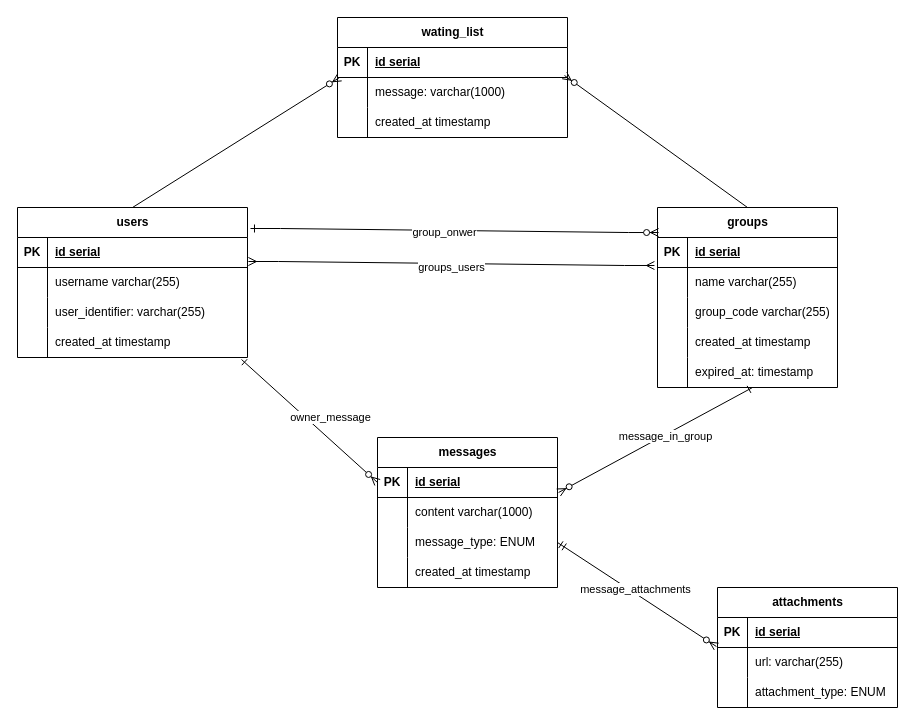
Earlier version of the draw.io diagram page "CDM" (1 of 2) of doc/AnonymousChatDatabase.drawio (tienphuckx/anony-box-backbone). Source tidied: cells renumbered, new cells numbered last; positions are measured from the earlier drawing's top-left corner, leaving out a move shared by most shapes. Both pictures are drawn from the tidied source at 100%, with x=0, y=0 at pixel (17, 17).
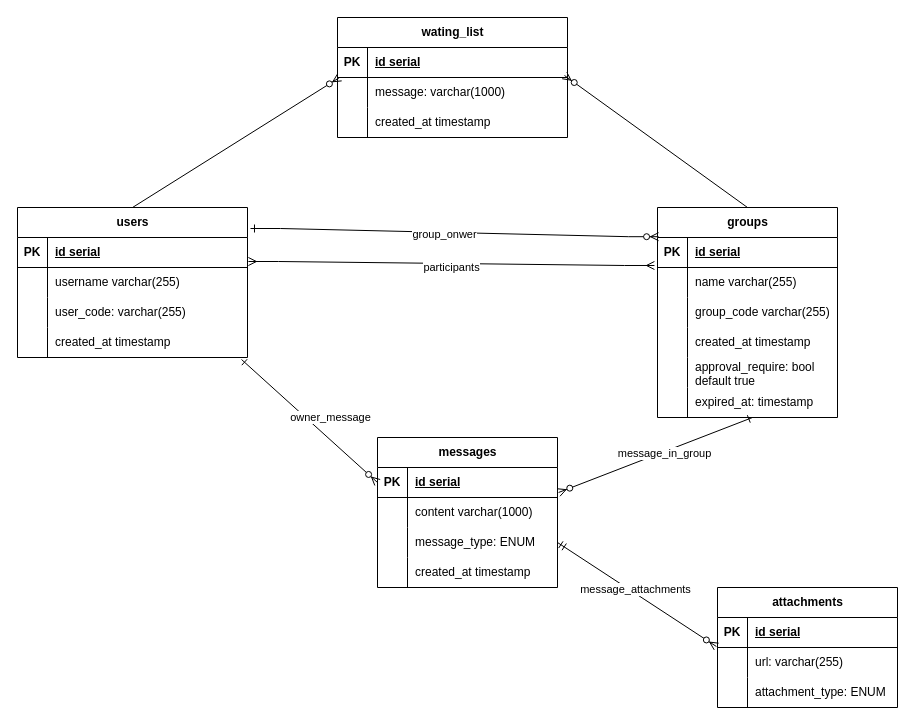
Above is the later version.

Unchanged cells that the change refers to:
```xml
<mxCell id="9" style="shape=tableRow;horizontal=0;startSize=0;swimlaneHead=0;swimlaneBody=0;fillColor=none;top=0;left=0;right=0;bottom=0;" parent="2" vertex="1">
  <mxGeometry y="90" width="230" height="30" as="geometry" />
</mxCell>
<mxCell id="44" style="edgeStyle=entityRelationEdgeStyle;fontSize=12;html=1;endArrow=ERmany;startArrow=ERmany;rounded=0;exitX=1.004;exitY=0.8;exitDx=0;exitDy=0;exitPerimeter=0;entryX=-0.017;entryY=-0.067;entryDx=0;entryDy=0;entryPerimeter=0;" parent="1" edge="1" source="3" target="19">
  <mxGeometry relative="1" as="geometry" />
</mxCell>
```

Change to the diagram source:
```diff
@@
-    <mxCell id="11" value="user_identifier: varchar(255)" style="shape=partialRectangle;fillColor=none;top=0;left=0;bottom=0;right=0;align=left;spacingLeft=6;overflow=hidden;whiteSpace=wrap;html=1;" parent="9" vertex="1">
+    <mxCell id="11" value="user_code: varchar(255)" style="shape=partialRectangle;fillColor=none;top=0;left=0;bottom=0;right=0;align=left;spacingLeft=6;overflow=hidden;whiteSpace=wrap;html=1;" parent="9" vertex="1">
       <mxGeometry x="30" width="200" height="30" as="geometry" />
     </mxCell>
@@
     <mxCell id="15" value="groups" style="shape=table;startSize=30;childLayout=tableLayout;rowLines=0;fontStyle=1;align=center;html=1;" parent="1" vertex="1">
-      <mxGeometry x="640" y="190" width="180" height="180" as="geometry" />
+      <mxGeometry x="640" y="190" width="180" height="210" as="geometry" />
     </mxCell>
@@
+    <mxCell id="76" style="shape=tableRow;horizontal=0;startSize=0;swimlaneHead=0;swimlaneBody=0;fillColor=none;top=0;left=0;right=0;bottom=0;" parent="15" vertex="1">
+      <mxGeometry y="150" width="180" height="30" as="geometry" />
+    </mxCell>
+    <mxCell id="77" style="shape=partialRectangle;fillColor=none;top=0;left=0;bottom=0;right=0;overflow=hidden;whiteSpace=wrap;html=1;" parent="76" vertex="1">
+      <mxGeometry width="30" height="30" as="geometry" />
+    </mxCell>
+    <mxCell id="78" value="approval_require: bool default true" style="shape=partialRectangle;fillColor=none;top=0;left=0;bottom=0;right=0;align=left;spacingLeft=6;overflow=hidden;whiteSpace=wrap;html=1;" parent="76" vertex="1">
+      <mxGeometry x="30" width="150" height="30" as="geometry" />
+    </mxCell>
     <mxCell id="28" style="shape=tableRow;horizontal=0;startSize=0;swimlaneHead=0;swimlaneBody=0;fillColor=none;points=[[0,0.5],[1,0.5]];portConstraint=eastwest;top=0;left=0;right=0;bottom=0;" parent="15" vertex="1">
-      <mxGeometry y="150" width="180" height="30" as="geometry" />
+      <mxGeometry y="180" width="180" height="30" as="geometry" />
     </mxCell>
@@
-    <mxCell id="45" value="groups_users" style="edgeLabel;html=1;align=center;verticalAlign=middle;" parent="44" vertex="1">
+    <mxCell id="45" value="participants" style="edgeLabel;html=1;align=center;verticalAlign=middle;" parent="44" vertex="1">
       <mxGeometry x="-0.1" relative="1" as="geometry">
         <mxPoint x="20" y="4" as="offset" />
       </mxGeometry>
     </mxCell>
```
